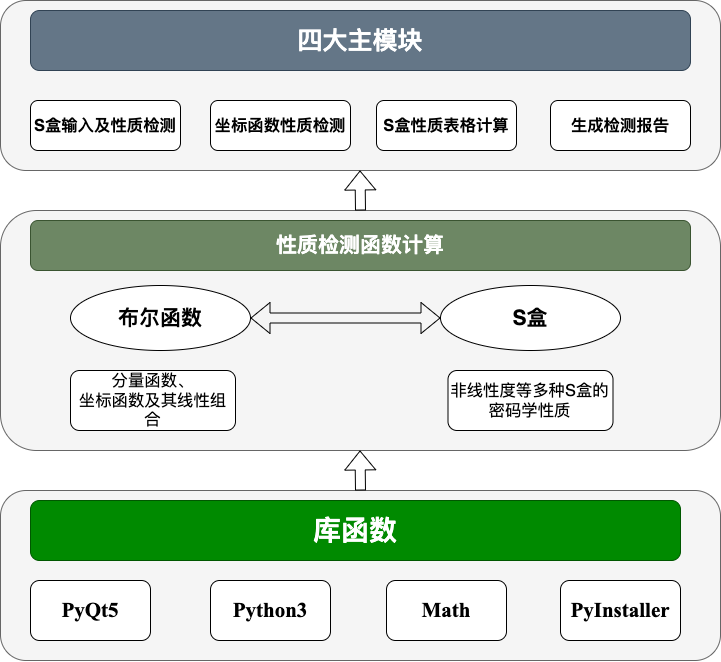
Earlier version of the draw.io export jiagou.png (GRHun/image-PicX). Source tidied: cells renumbered, new cells last; positions are measured from the earlier drawing's top-left corner, leaving out a move shared by most shapes.
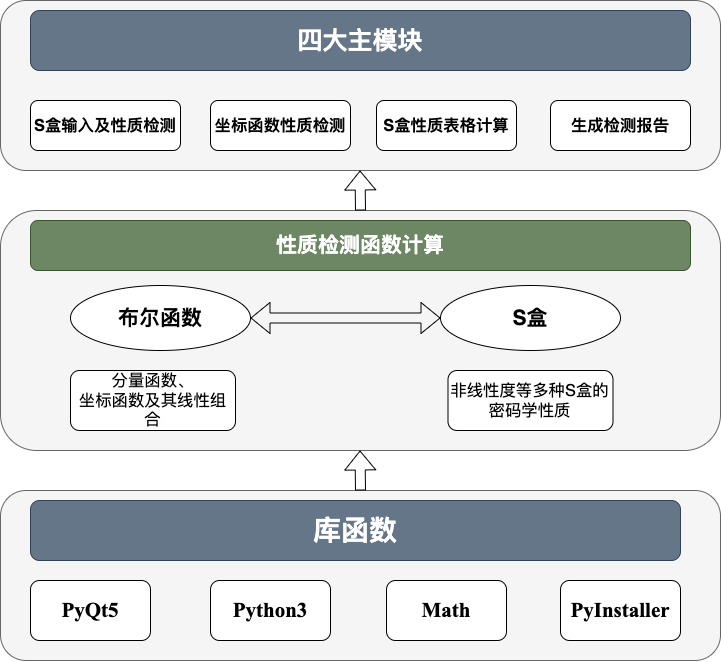
After the change.

Change to the diagram source:
```diff
@@ -56,7 +56,7 @@
         <mxPoint x="359.5" y="450" as="targetPoint" />
       </mxGeometry>
     </mxCell>
-    <mxCell id="18" value="&lt;h1&gt;库函数&lt;/h1&gt;" style="rounded=1;whiteSpace=wrap;html=1;shadow=0;glass=0;sketch=0;fontSize=14;fillColor=#008a00;strokeColor=#005700;fontColor=#ffffff;" parent="1" vertex="1">
+    <mxCell id="18" value="&lt;h1&gt;库函数&lt;/h1&gt;" style="rounded=1;whiteSpace=wrap;html=1;shadow=0;glass=0;sketch=0;fontSize=14;fillColor=#647687;strokeColor=#314354;fontColor=#ffffff;" parent="1" vertex="1">
       <mxGeometry x="30" y="500" width="650" height="60" as="geometry" />
     </mxCell>
     <mxCell id="19" value="&lt;h2&gt;&lt;font face=&quot;Times New Roman&quot;&gt;PyQt5&lt;/font&gt;&lt;/h2&gt;" style="rounded=1;whiteSpace=wrap;html=1;shadow=0;glass=0;sketch=0;fontSize=14;" parent="1" vertex="1">
```
